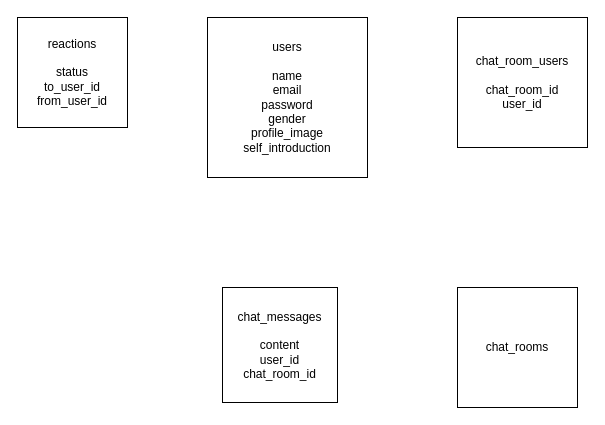
The draw.io diagram ER.dio in pochi13/company, before the edit. Source tidied: cells renumbered, new cells numbered last; positions are measured from the earlier drawing's top-left corner, leaving out a move shared by most shapes. Both pictures are drawn from the tidied source at 100%, with x=0, y=0 at pixel (17, 17).
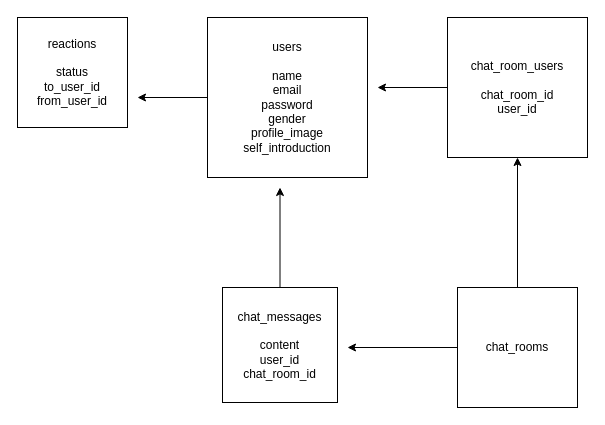
The same diagram, later.

Diff of the diagram source:
```diff
@@
 <mxGraphModel>
   <root>
     <mxCell id="0" />
     <mxCell id="1" parent="0" />
     <mxCell id="2" value="reactions&lt;br&gt;&lt;br&gt;status&lt;br&gt;to_user_id&lt;br&gt;from_user_id" style="whiteSpace=wrap;html=1;" parent="1" vertex="1">
       <mxGeometry width="110" height="110" as="geometry" />
     </mxCell>
+    <mxCell id="7" style="edgeStyle=orthogonalEdgeStyle;rounded=0;jettySize=auto;html=1;" parent="1" edge="1" source="3">
+      <mxGeometry relative="1" as="geometry">
+        <mxPoint x="120" y="80" as="targetPoint" />
+      </mxGeometry>
+    </mxCell>
     <mxCell id="3" value="users&lt;br&gt;&lt;br&gt;name&lt;br&gt;email&lt;br&gt;password&lt;br&gt;gender&lt;br&gt;profile_image&lt;br&gt;self_introduction" style="whiteSpace=wrap;html=1;" parent="1" vertex="1">
       <mxGeometry x="190" width="160" height="160" as="geometry" />
     </mxCell>
+    <mxCell id="8" style="edgeStyle=orthogonalEdgeStyle;rounded=0;jettySize=auto;html=1;" parent="1" edge="1" source="4">
+      <mxGeometry relative="1" as="geometry">
+        <mxPoint x="360" y="70" as="targetPoint" />
+      </mxGeometry>
+    </mxCell>
     <mxCell id="4" value="chat_room_users&lt;br&gt;&lt;br&gt;chat_room_id&lt;br&gt;user_id&lt;br&gt;" style="whiteSpace=wrap;html=1;" parent="1" vertex="1">
-      <mxGeometry x="440" width="130" height="130" as="geometry" />
+      <mxGeometry x="430" width="140" height="140" as="geometry" />
     </mxCell>
+    <mxCell id="9" style="edgeStyle=orthogonalEdgeStyle;rounded=0;jettySize=auto;html=1;exitX=0;exitY=0.5;exitDx=0;exitDy=0;" parent="1" edge="1" source="5">
+      <mxGeometry relative="1" as="geometry">
+        <mxPoint x="330" y="330" as="targetPoint" />
+      </mxGeometry>
+    </mxCell>
+    <mxCell id="10" style="edgeStyle=orthogonalEdgeStyle;rounded=0;jettySize=auto;html=1;exitX=0.5;exitY=0;exitDx=0;exitDy=0;" parent="1" edge="1" source="5">
+      <mxGeometry relative="1" as="geometry">
+        <mxPoint x="500" y="140" as="targetPoint" />
+      </mxGeometry>
+    </mxCell>
     <mxCell id="5" value="chat_rooms" style="whiteSpace=wrap;html=1;" parent="1" vertex="1">
       <mxGeometry x="440" y="270" width="120" height="120" as="geometry" />
     </mxCell>
+    <mxCell id="11" style="edgeStyle=orthogonalEdgeStyle;rounded=0;jettySize=auto;html=1;" parent="1" edge="1" source="6">
+      <mxGeometry relative="1" as="geometry">
+        <mxPoint x="262.5" y="170" as="targetPoint" />
+      </mxGeometry>
+    </mxCell>
     <mxCell id="6" value="chat_messages&lt;br&gt;&lt;br&gt;content&lt;br&gt;user_id&lt;br&gt;chat_room_id" style="whiteSpace=wrap;html=1;" parent="1" vertex="1">
       <mxGeometry x="205" y="270" width="115" height="115" as="geometry" />
     </mxCell>
   </root>
 </mxGraphModel>
```
